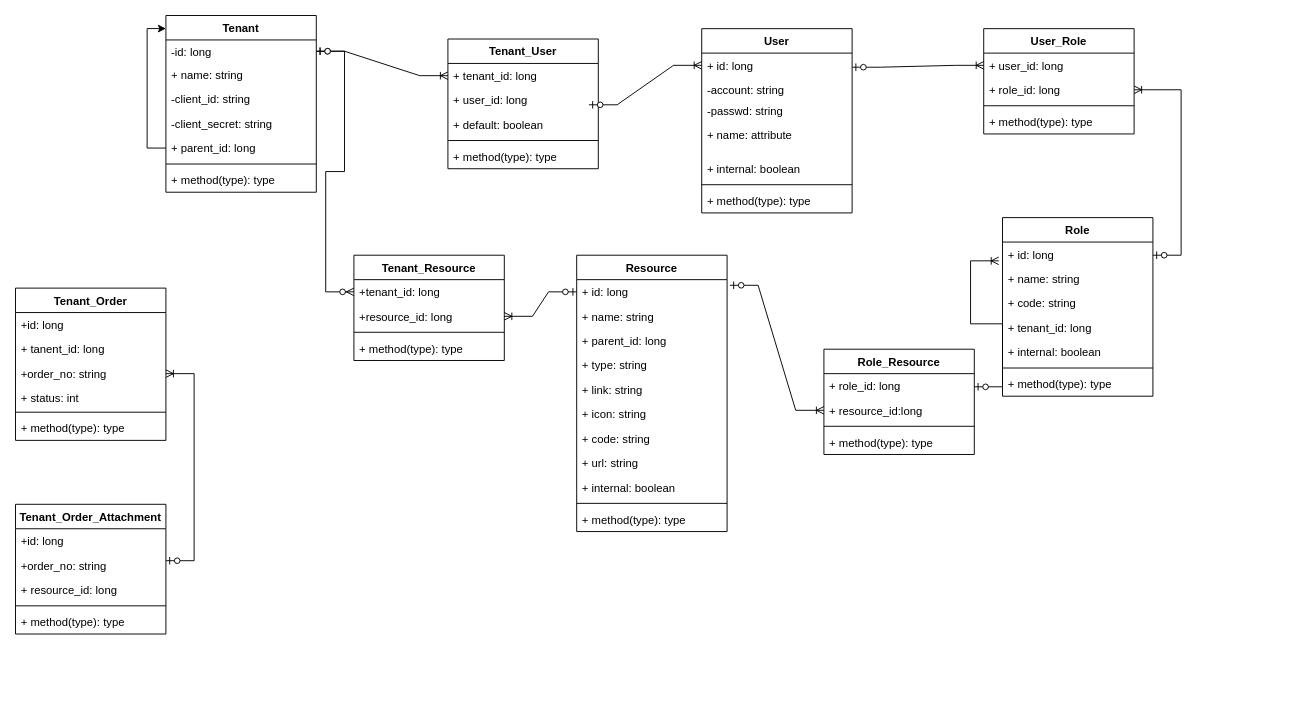
The draw.io diagram page "第 2 页" (2 of 2) of 未命名绘图.drawio in pullFootYouth/diagram, before the edit. Source tidied: cells renumbered, new cells numbered last; positions are measured from the earlier drawing's top-left corner, leaving out a move shared by most shapes. Both pictures are drawn from the tidied source at 94%, with x=0, y=0 at pixel (15, 15).
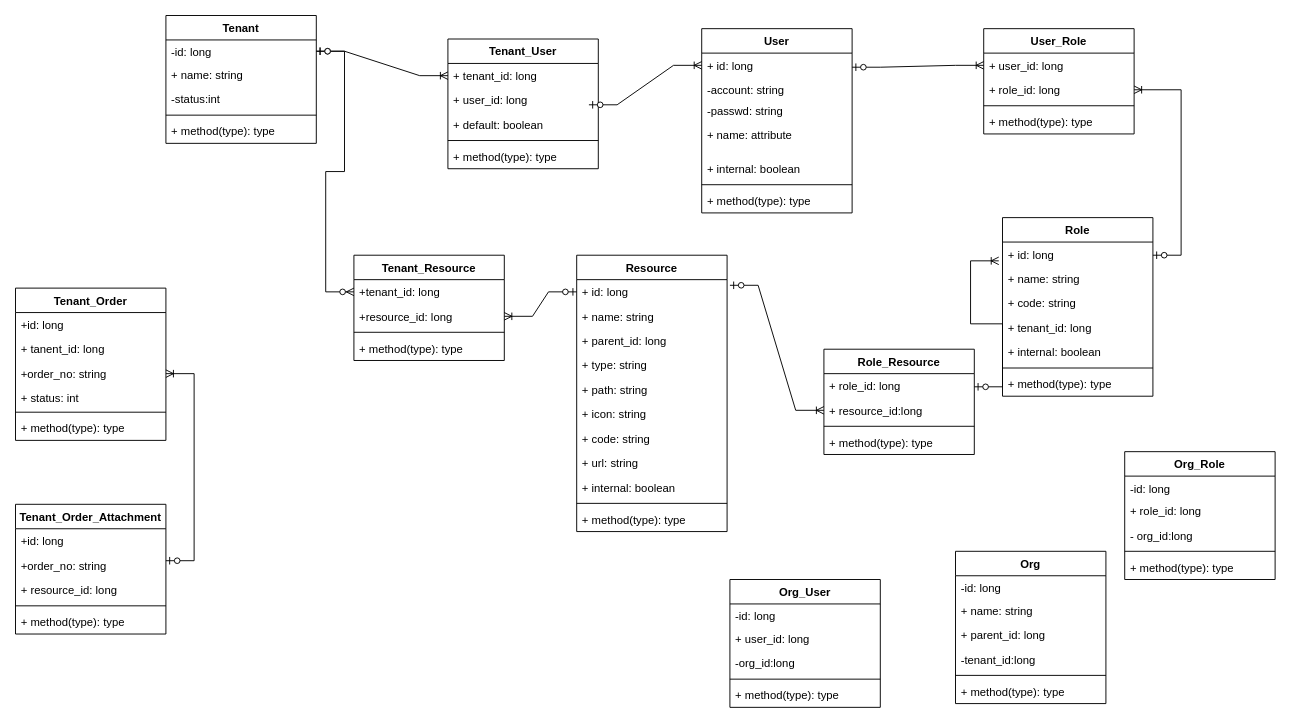
The same diagram, later.

Commit message:
组织概念添加.drawio

Unchanged cells that the change refers to:
```xml
<mxCell id="49" value="Resource" style="swimlane;fontStyle=1;align=center;verticalAlign=top;horizontal=1;startSize=26;" parent="1" vertex="1">
  <mxGeometry x="597" y="255" width="160" height="294" as="geometry" />
</mxCell>
```

Change to the diagram source:
```diff
@@
     <mxCell id="2" value="Tenant" style="swimlane;fontStyle=1;align=center;verticalAlign=top;horizontal=1;startSize=26;" parent="1" vertex="1">
-      <mxGeometry x="160" width="160" height="188" as="geometry" />
+      <mxGeometry x="160" width="160" height="136" as="geometry" />
     </mxCell>
@@
-    <mxCell id="5" value="-client_id: string" style="text;strokeColor=none;fillColor=none;align=left;verticalAlign=top;spacingLeft=4;spacingRight=4;overflow=hidden;" parent="2" vertex="1">
+    <mxCell id="5" value="-status:int" style="text;strokeColor=none;fillColor=none;align=left;verticalAlign=top;spacingLeft=4;spacingRight=4;overflow=hidden;" parent="2" vertex="1">
       <mxGeometry y="76" width="160" height="26" as="geometry" />
     </mxCell>
-    <mxCell id="6" value="-client_secret: string" style="text;strokeColor=none;fillColor=none;align=left;verticalAlign=top;spacingLeft=4;spacingRight=4;overflow=hidden;" parent="2" vertex="1">
-      <mxGeometry y="102" width="160" height="26" as="geometry" />
-    </mxCell>
-    <mxCell id="7" style="edgeStyle=orthogonalEdgeStyle;rounded=0;jettySize=auto;html=1;exitX=0;exitY=0.5;exitDx=0;exitDy=0;entryX=0;entryY=0.074;entryDx=0;entryDy=0;entryPerimeter=0;" parent="2" edge="1" source="8" target="2">
-      <mxGeometry relative="1" as="geometry" />
-    </mxCell>
-    <mxCell id="8" value="+ parent_id: long" style="text;strokeColor=none;fillColor=none;align=left;verticalAlign=top;spacingLeft=4;spacingRight=4;overflow=hidden;points=[[0,0.5],[1,0.5]];portConstraint=eastwest;" parent="2" vertex="1">
-      <mxGeometry y="128" width="160" height="26" as="geometry" />
-    </mxCell>
     <mxCell id="9" style="line;strokeWidth=1;fillColor=none;align=left;verticalAlign=middle;spacingTop=-1;spacingLeft=3;spacingRight=3;labelPosition=right;strokeColor=inherit;" parent="2" vertex="1">
-      <mxGeometry y="154" width="160" height="8" as="geometry" />
+      <mxGeometry y="102" width="160" height="8" as="geometry" />
     </mxCell>
     <mxCell id="10" value="+ method(type): type" style="text;strokeColor=none;fillColor=none;align=left;verticalAlign=top;spacingLeft=4;spacingRight=4;overflow=hidden;" parent="2" vertex="1">
-      <mxGeometry y="162" width="160" height="26" as="geometry" />
+      <mxGeometry y="110" width="160" height="26" as="geometry" />
     </mxCell>
@@
-    <mxCell id="54" value="+ link: string" style="text;strokeColor=none;fillColor=none;align=left;verticalAlign=top;spacingLeft=4;spacingRight=4;overflow=hidden;" parent="49" vertex="1">
+    <mxCell id="54" value="+ path: string" style="text;strokeColor=none;fillColor=none;align=left;verticalAlign=top;spacingLeft=4;spacingRight=4;overflow=hidden;" parent="49" vertex="1">
       <mxGeometry y="130" width="160" height="26" as="geometry" />
     </mxCell>
@@
+    <mxCell id="82" value="Org" style="swimlane;fontStyle=1;align=center;verticalAlign=top;horizontal=1;startSize=26;" parent="1" vertex="1">
+      <mxGeometry x="1000" y="570" width="160" height="162" as="geometry" />
+    </mxCell>
+    <mxCell id="83" value="-id: long" style="text;strokeColor=none;fillColor=none;align=left;verticalAlign=top;spacingLeft=4;spacingRight=4;overflow=hidden;" parent="82" vertex="1">
+      <mxGeometry y="26" width="160" height="24" as="geometry" />
+    </mxCell>
+    <mxCell id="84" value="+ name: string" style="text;strokeColor=none;fillColor=none;align=left;verticalAlign=top;spacingLeft=4;spacingRight=4;overflow=hidden;" parent="82" vertex="1">
+      <mxGeometry y="50" width="160" height="26" as="geometry" />
+    </mxCell>
+    <mxCell id="8" value="+ parent_id: long" style="text;strokeColor=none;fillColor=none;align=left;verticalAlign=top;spacingLeft=4;spacingRight=4;overflow=hidden;points=[[0,0.5],[1,0.5]];portConstraint=eastwest;" parent="82" vertex="1">
+      <mxGeometry y="76" width="160" height="26" as="geometry" />
+    </mxCell>
+    <mxCell id="85" value="-tenant_id:long" style="text;strokeColor=none;fillColor=none;align=left;verticalAlign=top;spacingLeft=4;spacingRight=4;overflow=hidden;" parent="82" vertex="1">
+      <mxGeometry y="102" width="160" height="26" as="geometry" />
+    </mxCell>
+    <mxCell id="86" style="line;strokeWidth=1;fillColor=none;align=left;verticalAlign=middle;spacingTop=-1;spacingLeft=3;spacingRight=3;labelPosition=right;strokeColor=inherit;" parent="82" vertex="1">
+      <mxGeometry y="128" width="160" height="8" as="geometry" />
+    </mxCell>
+    <mxCell id="87" value="+ method(type): type" style="text;strokeColor=none;fillColor=none;align=left;verticalAlign=top;spacingLeft=4;spacingRight=4;overflow=hidden;" parent="82" vertex="1">
+      <mxGeometry y="136" width="160" height="26" as="geometry" />
+    </mxCell>
+    <mxCell id="88" value="Org_User" style="swimlane;fontStyle=1;align=center;verticalAlign=top;horizontal=1;startSize=26;" parent="1" vertex="1">
+      <mxGeometry x="760" y="600" width="160" height="136" as="geometry" />
+    </mxCell>
+    <mxCell id="89" value="-id: long" style="text;strokeColor=none;fillColor=none;align=left;verticalAlign=top;spacingLeft=4;spacingRight=4;overflow=hidden;" parent="88" vertex="1">
+      <mxGeometry y="26" width="160" height="24" as="geometry" />
+    </mxCell>
+    <mxCell id="90" value="+ user_id: long" style="text;strokeColor=none;fillColor=none;align=left;verticalAlign=top;spacingLeft=4;spacingRight=4;overflow=hidden;" parent="88" vertex="1">
+      <mxGeometry y="50" width="160" height="26" as="geometry" />
+    </mxCell>
+    <mxCell id="91" value="-org_id:long" style="text;strokeColor=none;fillColor=none;align=left;verticalAlign=top;spacingLeft=4;spacingRight=4;overflow=hidden;" parent="88" vertex="1">
+      <mxGeometry y="76" width="160" height="26" as="geometry" />
+    </mxCell>
+    <mxCell id="92" style="line;strokeWidth=1;fillColor=none;align=left;verticalAlign=middle;spacingTop=-1;spacingLeft=3;spacingRight=3;labelPosition=right;strokeColor=inherit;" parent="88" vertex="1">
+      <mxGeometry y="102" width="160" height="8" as="geometry" />
+    </mxCell>
+    <mxCell id="93" value="+ method(type): type" style="text;strokeColor=none;fillColor=none;align=left;verticalAlign=top;spacingLeft=4;spacingRight=4;overflow=hidden;" parent="88" vertex="1">
+      <mxGeometry y="110" width="160" height="26" as="geometry" />
+    </mxCell>
+    <mxCell id="94" value="Org_Role" style="swimlane;fontStyle=1;align=center;verticalAlign=top;horizontal=1;startSize=26;" parent="1" vertex="1">
+      <mxGeometry x="1180" y="464" width="160" height="136" as="geometry" />
+    </mxCell>
+    <mxCell id="95" value="-id: long" style="text;strokeColor=none;fillColor=none;align=left;verticalAlign=top;spacingLeft=4;spacingRight=4;overflow=hidden;" parent="94" vertex="1">
+      <mxGeometry y="26" width="160" height="24" as="geometry" />
+    </mxCell>
+    <mxCell id="96" value="+ role_id: long" style="text;strokeColor=none;fillColor=none;align=left;verticalAlign=top;spacingLeft=4;spacingRight=4;overflow=hidden;" parent="94" vertex="1">
+      <mxGeometry y="50" width="160" height="26" as="geometry" />
+    </mxCell>
+    <mxCell id="97" value="- org_id:long" style="text;strokeColor=none;fillColor=none;align=left;verticalAlign=top;spacingLeft=4;spacingRight=4;overflow=hidden;" parent="94" vertex="1">
+      <mxGeometry y="76" width="160" height="26" as="geometry" />
+    </mxCell>
+    <mxCell id="98" style="line;strokeWidth=1;fillColor=none;align=left;verticalAlign=middle;spacingTop=-1;spacingLeft=3;spacingRight=3;labelPosition=right;strokeColor=inherit;" parent="94" vertex="1">
+      <mxGeometry y="102" width="160" height="8" as="geometry" />
+    </mxCell>
+    <mxCell id="99" value="+ method(type): type" style="text;strokeColor=none;fillColor=none;align=left;verticalAlign=top;spacingLeft=4;spacingRight=4;overflow=hidden;" parent="94" vertex="1">
+      <mxGeometry y="110" width="160" height="26" as="geometry" />
+    </mxCell>
```
